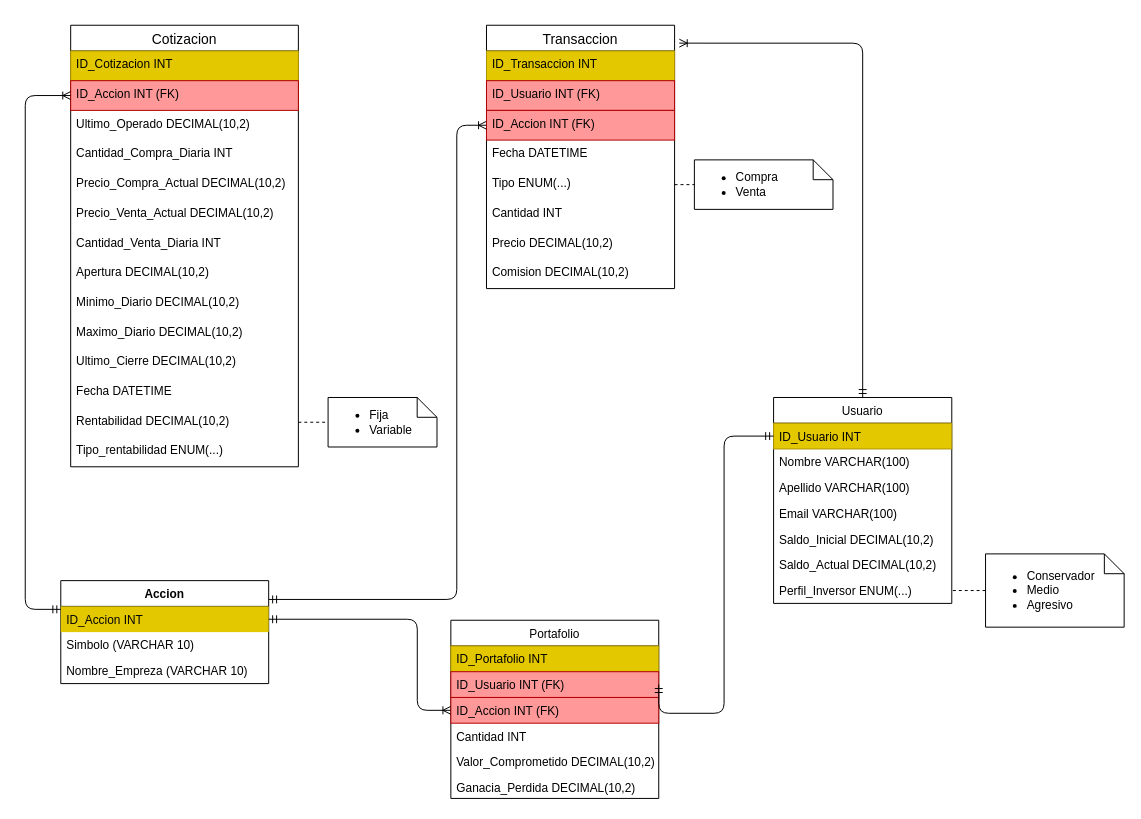
This is base_de_datos/proyecto.drawio from ispc-team-13/argBrokerDemo, a draw.io file, before an edit. Source tidied: cells renumbered, new cells numbered last; positions are measured from the earlier drawing's top-left corner, leaving out a move shared by most shapes. Both pictures are drawn from the tidied source at 99%, with x=0, y=0 at pixel (25, 25).
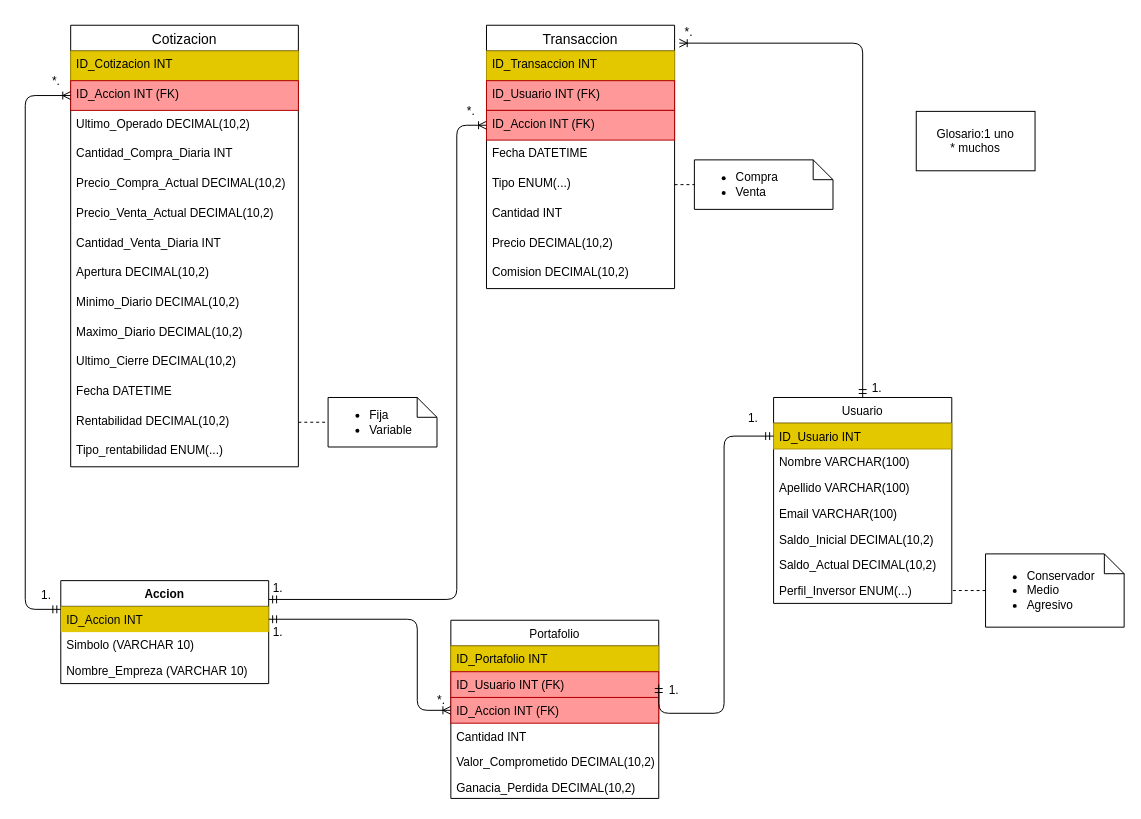
After the change.

Commit message (it also covers changes not shown here):
add programacion drawio calcular rendimiento, and bd drawio relacion 1 a *

What changed in the source:
```diff
@@
+    <mxCell id="56" value="1." style="text;html=1;align=center;verticalAlign=middle;strokeColor=none;fillColor=none;" parent="1" vertex="1">
+      <mxGeometry x="845" y="352" width="30" height="30" as="geometry" />
+    </mxCell>
+    <mxCell id="57" value="*." style="text;html=1;align=center;verticalAlign=middle;strokeColor=none;fillColor=none;" parent="1" vertex="1">
+      <mxGeometry x="655" y="-8" width="30" height="30" as="geometry" />
+    </mxCell>
+    <mxCell id="58" value="Glosario:1 uno&lt;br&gt;* muchos" style="whiteSpace=wrap;html=1;" parent="1" vertex="1">
+      <mxGeometry x="900" y="87" width="120" height="60" as="geometry" />
+    </mxCell>
+    <mxCell id="59" value="1." style="text;html=1;align=center;verticalAlign=middle;strokeColor=none;fillColor=none;" parent="1" vertex="1">
+      <mxGeometry x="240" y="554" width="30" height="30" as="geometry" />
+    </mxCell>
+    <mxCell id="60" value="*." style="text;html=1;align=center;verticalAlign=middle;strokeColor=none;fillColor=none;" parent="1" vertex="1">
+      <mxGeometry x="435" y="72" width="30" height="30" as="geometry" />
+    </mxCell>
+    <mxCell id="61" value="1." style="text;html=1;align=center;verticalAlign=middle;strokeColor=none;fillColor=none;" parent="1" vertex="1">
+      <mxGeometry x="240" y="598" width="30" height="30" as="geometry" />
+    </mxCell>
+    <mxCell id="62" value="*." style="text;html=1;align=center;verticalAlign=middle;strokeColor=none;fillColor=none;" parent="1" vertex="1">
+      <mxGeometry x="15.9" y="42" width="30" height="30" as="geometry" />
+    </mxCell>
+    <mxCell id="63" value="1." style="text;html=1;align=center;verticalAlign=middle;strokeColor=none;fillColor=none;" parent="1" vertex="1">
+      <mxGeometry x="5.9" y="561" width="30" height="30" as="geometry" />
+    </mxCell>
+    <mxCell id="64" value="1." style="text;html=1;align=center;verticalAlign=middle;strokeColor=none;fillColor=none;" parent="1" vertex="1">
+      <mxGeometry x="720" y="382" width="30" height="30" as="geometry" />
+    </mxCell>
+    <mxCell id="65" value="*." style="text;html=1;align=center;verticalAlign=middle;strokeColor=none;fillColor=none;" parent="1" vertex="1">
+      <mxGeometry x="405" y="667" width="30" height="30" as="geometry" />
+    </mxCell>
+    <mxCell id="66" value="1." style="text;html=1;align=center;verticalAlign=middle;strokeColor=none;fillColor=none;" parent="1" vertex="1">
+      <mxGeometry x="639.9" y="657" width="30" height="30" as="geometry" />
+    </mxCell>
```
